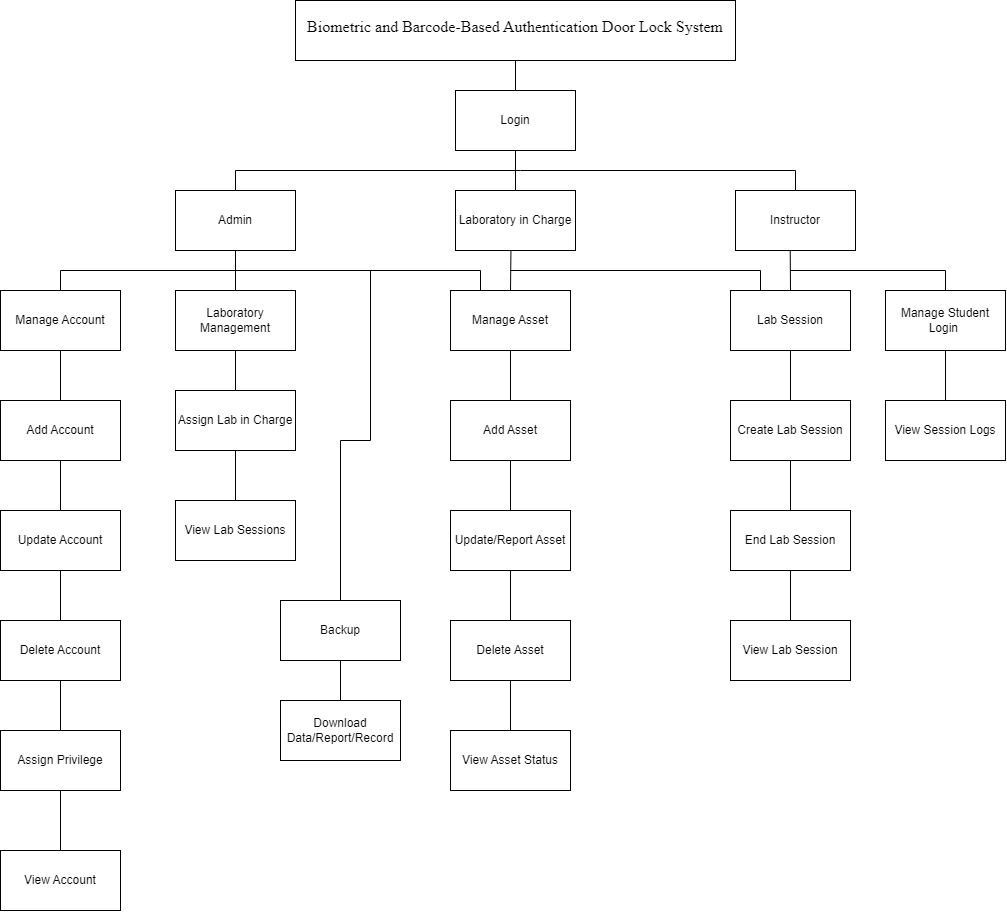
kaisunoo/Acads keeps this draw.io diagram as Functional Decomposition Diagram.drawio.png. Above is the earlier version. Source tidied: cells renumbered, new cells last; positions are measured from the earlier drawing's top-left corner, leaving out a move shared by most shapes.
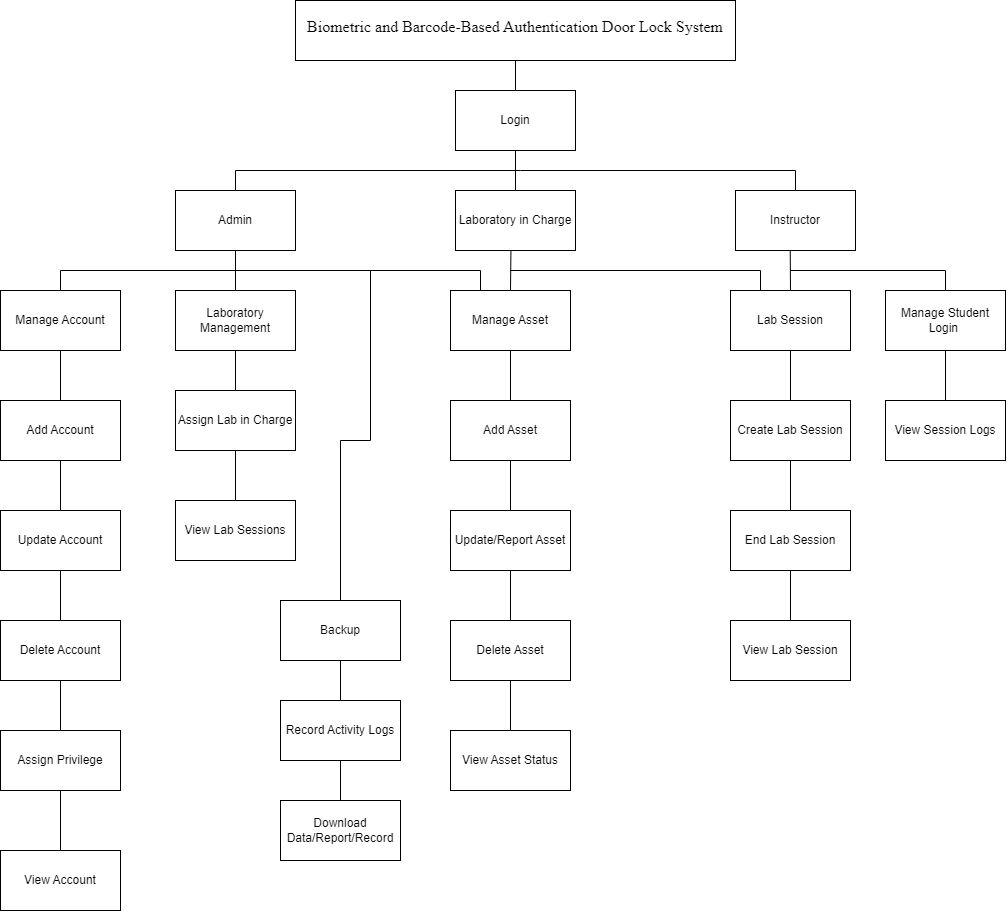
The same diagram one commit later.

Change to the diagram source:
```diff
@@ -192,7 +192,7 @@
       <mxGeometry x="280" y="600" width="120" height="60" as="geometry" />
     </mxCell>
     <mxCell id="55" value="Download Data/Report/Record" style="rounded=0;whiteSpace=wrap;html=1;" parent="1" vertex="1">
-      <mxGeometry x="280" y="700" width="120" height="60" as="geometry" />
+      <mxGeometry x="280" y="800" width="120" height="60" as="geometry" />
     </mxCell>
     <mxCell id="56" style="endArrow=none;html=1;rounded=0;exitX=0.5;exitY=0;exitDx=0;exitDy=0;" parent="1" edge="1" source="54">
       <mxGeometry relative="1" as="geometry">
@@ -203,8 +203,14 @@
         </Array>
       </mxGeometry>
     </mxCell>
-    <mxCell id="57" style="endArrow=none;html=1;rounded=0;entryX=0.5;entryY=1;entryDx=0;entryDy=0;exitX=0.5;exitY=0;exitDx=0;exitDy=0;" parent="1" edge="1" source="55" target="54">
+    <mxCell id="57" style="endArrow=none;html=1;rounded=0;entryX=0.5;entryY=1;entryDx=0;entryDy=0;exitX=0.5;exitY=0;exitDx=0;exitDy=0;" parent="1" edge="1" source="58" target="54">
       <mxGeometry relative="1" as="geometry" />
     </mxCell>
+    <mxCell id="58" value="Record Activity Logs" style="rounded=0;whiteSpace=wrap;html=1;" parent="1" vertex="1">
+      <mxGeometry x="280" y="700" width="120" height="60" as="geometry" />
+    </mxCell>
+    <mxCell id="59" style="endArrow=none;html=1;rounded=0;entryX=0.5;entryY=1;entryDx=0;entryDy=0;exitX=0.5;exitY=0;exitDx=0;exitDy=0;" parent="1" edge="1" source="55" target="58">
+      <mxGeometry relative="1" as="geometry" />
+    </mxCell>
   </root>
 </mxGraphModel>
```
